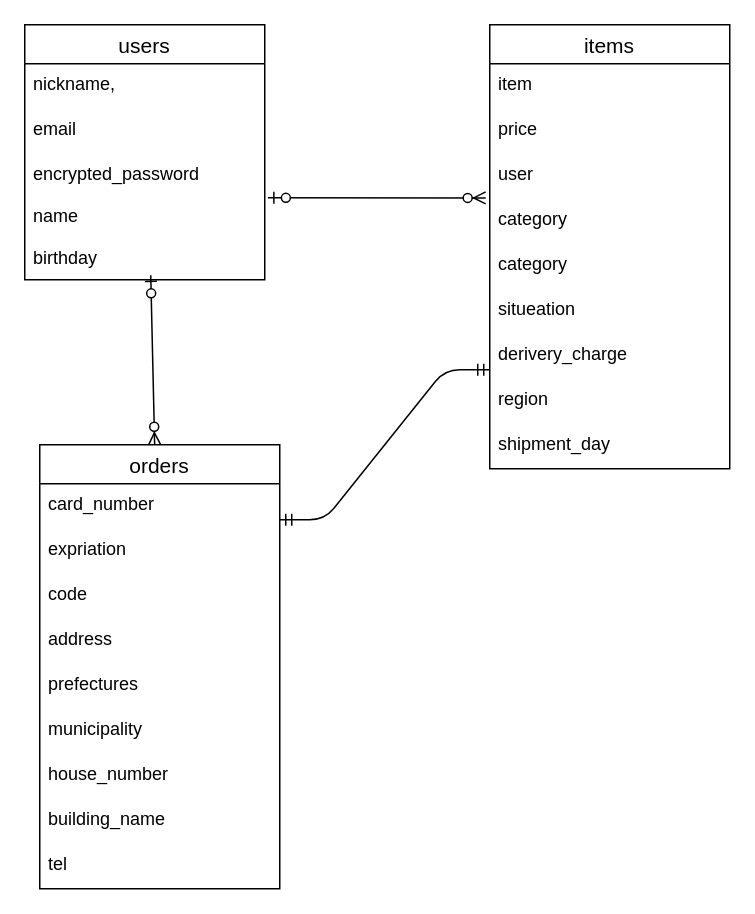
tinari/furima-39319 keeps this draw.io diagram as furimaER.dio. Above is the earlier version. Source tidied: cells renumbered, new cells numbered last; positions are measured from the earlier drawing's top-left corner, leaving out a move shared by most shapes. Both pictures are drawn from the tidied source at 150%, with x=0, y=0 at pixel (24, 24).
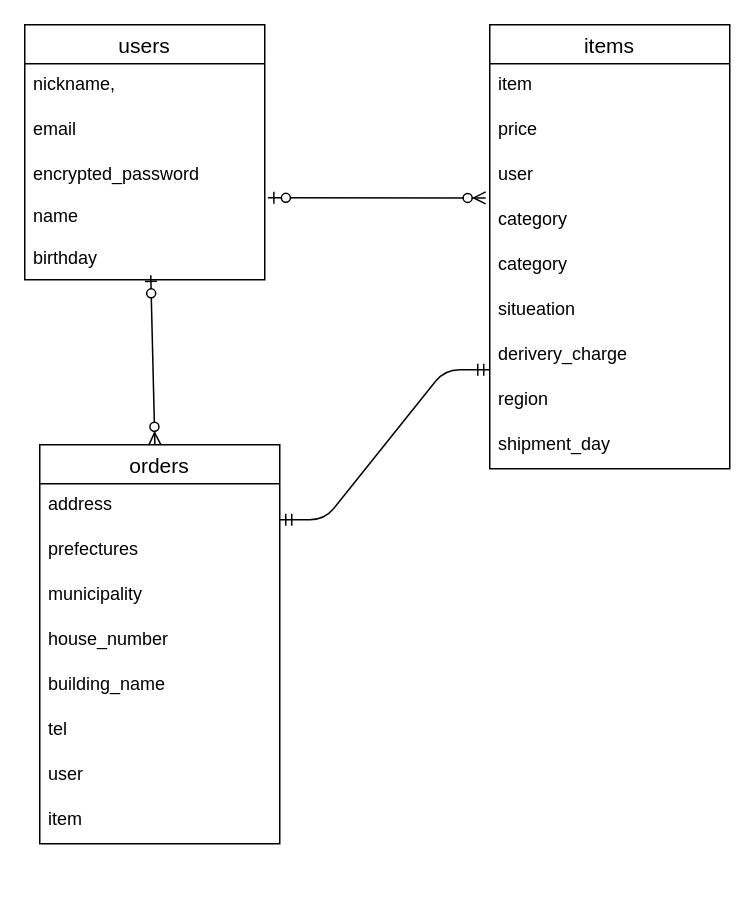
The same page after the edit.

Change to the diagram source:
```diff
@@
     <mxCell id="16" value="orders" style="swimlane;fontStyle=0;horizontal=1;startSize=26;align=center;fontSize=14;" parent="1" vertex="1">
-      <mxGeometry x="10" y="280" width="160" height="296" as="geometry" />
+      <mxGeometry x="10" y="280" width="160" height="266" as="geometry" />
     </mxCell>
-    <mxCell id="17" value="card_number" style="text;strokeColor=none;fillColor=none;spacingLeft=4;spacingRight=4;overflow=hidden;fontSize=12;" parent="16" vertex="1">
-      <mxGeometry y="26" width="160" height="30" as="geometry" />
-    </mxCell>
-    <mxCell id="18" value="expriation" style="text;strokeColor=none;fillColor=none;spacingLeft=4;spacingRight=4;overflow=hidden;fontSize=12;" parent="16" vertex="1">
-      <mxGeometry y="56" width="160" height="30" as="geometry" />
-    </mxCell>
-    <mxCell id="19" value="code" style="text;strokeColor=none;fillColor=none;spacingLeft=4;spacingRight=4;overflow=hidden;fontSize=12;" parent="16" vertex="1">
-      <mxGeometry y="86" width="160" height="30" as="geometry" />
-    </mxCell>
     <mxCell id="20" value="address" style="text;strokeColor=none;fillColor=none;spacingLeft=4;spacingRight=4;overflow=hidden;fontSize=12;" parent="16" vertex="1">
-      <mxGeometry y="116" width="160" height="30" as="geometry" />
+      <mxGeometry y="26" width="160" height="30" as="geometry" />
     </mxCell>
     <mxCell id="21" value="prefectures" style="text;strokeColor=none;fillColor=none;spacingLeft=4;spacingRight=4;overflow=hidden;fontSize=12;" parent="16" vertex="1">
-      <mxGeometry y="146" width="160" height="30" as="geometry" />
+      <mxGeometry y="56" width="160" height="30" as="geometry" />
     </mxCell>
     <mxCell id="22" value="municipality" style="text;strokeColor=none;fillColor=none;spacingLeft=4;spacingRight=4;overflow=hidden;fontSize=12;" parent="16" vertex="1">
-      <mxGeometry y="176" width="160" height="30" as="geometry" />
+      <mxGeometry y="86" width="160" height="30" as="geometry" />
     </mxCell>
     <mxCell id="23" value="house_number" style="text;strokeColor=none;fillColor=none;spacingLeft=4;spacingRight=4;overflow=hidden;fontSize=12;" parent="16" vertex="1">
-      <mxGeometry y="206" width="160" height="30" as="geometry" />
+      <mxGeometry y="116" width="160" height="30" as="geometry" />
     </mxCell>
     <mxCell id="24" value="building_name" style="text;strokeColor=none;fillColor=none;spacingLeft=4;spacingRight=4;overflow=hidden;fontSize=12;" parent="16" vertex="1">
-      <mxGeometry y="236" width="160" height="30" as="geometry" />
+      <mxGeometry y="146" width="160" height="30" as="geometry" />
     </mxCell>
     <mxCell id="25" value="tel" style="text;strokeColor=none;fillColor=none;spacingLeft=4;spacingRight=4;overflow=hidden;fontSize=12;" parent="16" vertex="1">
-      <mxGeometry y="266" width="160" height="30" as="geometry" />
+      <mxGeometry y="176" width="160" height="30" as="geometry" />
     </mxCell>
+    <mxCell id="29" value="user" style="text;strokeColor=none;fillColor=none;spacingLeft=4;spacingRight=4;overflow=hidden;fontSize=12;" parent="16" vertex="1">
+      <mxGeometry y="206" width="160" height="30" as="geometry" />
+    </mxCell>
+    <mxCell id="30" value="item" style="text;strokeColor=none;fillColor=none;spacingLeft=4;spacingRight=4;overflow=hidden;fontSize=12;" parent="16" vertex="1">
+      <mxGeometry y="236" width="160" height="30" as="geometry" />
+    </mxCell>
```
